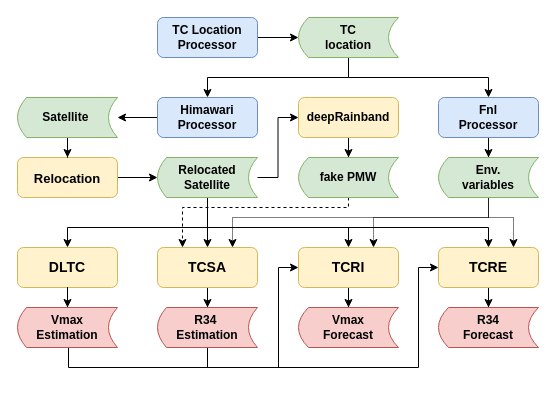
Above: dltc.drawio in yuyangk/FlowChart (draw.io), before the change. Source tidied: cells renumbered, new cells numbered last; positions are measured from the earlier drawing's top-left corner, leaving out a move shared by most shapes. Both pictures are drawn from the tidied source at 100%, with x=0, y=0 at pixel (17, 17).
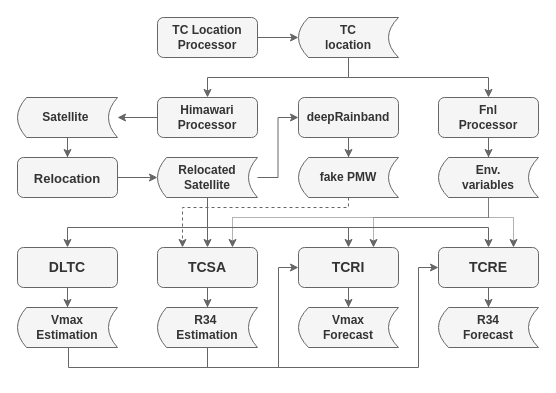
The same diagram, later.

Commit message:
final version with grey color

What changed in the source:
```diff
@@
-    <mxCell id="2" style="edgeStyle=orthogonalEdgeStyle;rounded=0;jettySize=auto;html=1;entryX=0;entryY=0.5;entryDx=0;entryDy=0;" parent="1" edge="1" source="3" target="42">
+    <mxCell id="2" style="edgeStyle=orthogonalEdgeStyle;rounded=0;jettySize=auto;html=1;entryX=0;entryY=0.5;entryDx=0;entryDy=0;fillColor=#f5f5f5;strokeColor=#666666;" parent="1" edge="1" source="3" target="42">
       <mxGeometry relative="1" as="geometry" />
     </mxCell>
-    <mxCell id="3" value="&lt;font style=&quot;font-size: 12px;&quot;&gt;TC Location &lt;br style=&quot;&quot;&gt;Processor&lt;/font&gt;" style="rounded=1;whiteSpace=wrap;html=1;shadow=0;labelBackgroundColor=none;strokeWidth=1;fontFamily=Helvetica;fontSize=11;align=center;strokeColor=#6c8ebf;fillColor=#dae8fc;fontStyle=1;" parent="1" vertex="1">
+    <mxCell id="3" value="&lt;font style=&quot;font-size: 12px;&quot;&gt;TC Location &lt;br style=&quot;&quot;&gt;Processor&lt;/font&gt;" style="rounded=1;whiteSpace=wrap;html=1;shadow=0;labelBackgroundColor=none;strokeWidth=1;fontFamily=Helvetica;fontSize=11;align=center;fontStyle=1;fillColor=#f5f5f5;strokeColor=#666666;fontColor=#333333;" parent="1" vertex="1">
       <mxGeometry x="140" width="100" height="40" as="geometry" />
     </mxCell>
-    <mxCell id="4" style="edgeStyle=orthogonalEdgeStyle;rounded=0;jettySize=auto;html=1;exitX=0;exitY=0.5;exitDx=0;exitDy=0;entryX=1;entryY=0.5;entryDx=0;entryDy=0;fontFamily=Helvetica;fontStyle=1;" parent="1" edge="1" source="5" target="25">
+    <mxCell id="4" style="edgeStyle=orthogonalEdgeStyle;rounded=0;jettySize=auto;html=1;exitX=0;exitY=0.5;exitDx=0;exitDy=0;entryX=1;entryY=0.5;entryDx=0;entryDy=0;fontFamily=Helvetica;fontStyle=1;fillColor=#f5f5f5;strokeColor=#666666;" parent="1" edge="1" source="5" target="25">
       <mxGeometry relative="1" as="geometry" />
     </mxCell>
-    <mxCell id="5" value="&lt;font style=&quot;font-size: 12px;&quot;&gt;Himawari &lt;br style=&quot;&quot;&gt;Processor&lt;/font&gt;" style="rounded=1;whiteSpace=wrap;html=1;shadow=0;labelBackgroundColor=none;strokeWidth=1;fontFamily=Helvetica;fontSize=11;align=center;strokeColor=#6c8ebf;fillColor=#dae8fc;fontStyle=1;" parent="1" vertex="1">
+    <mxCell id="5" value="&lt;font style=&quot;font-size: 12px;&quot;&gt;Himawari &lt;br style=&quot;&quot;&gt;Processor&lt;/font&gt;" style="rounded=1;whiteSpace=wrap;html=1;shadow=0;labelBackgroundColor=none;strokeWidth=1;fontFamily=Helvetica;fontSize=11;align=center;fontStyle=1;fillColor=#f5f5f5;strokeColor=#666666;fontColor=#333333;" parent="1" vertex="1">
       <mxGeometry x="140" y="80" width="100" height="40" as="geometry" />
     </mxCell>
-    <mxCell id="6" style="edgeStyle=orthogonalEdgeStyle;rounded=0;jettySize=auto;html=1;entryX=0.5;entryY=0;entryDx=0;entryDy=0;fontFamily=Helvetica;fontStyle=1;" parent="1" edge="1" source="7" target="29">
+    <mxCell id="6" style="edgeStyle=orthogonalEdgeStyle;rounded=0;jettySize=auto;html=1;entryX=0.5;entryY=0;entryDx=0;entryDy=0;fontFamily=Helvetica;fontStyle=1;fillColor=#f5f5f5;strokeColor=#666666;" parent="1" edge="1" source="7" target="29">
       <mxGeometry relative="1" as="geometry" />
     </mxCell>
-    <mxCell id="7" value="&lt;font style=&quot;font-size: 12px;&quot;&gt;Fnl &lt;br style=&quot;&quot;&gt;Processor&lt;/font&gt;" style="rounded=1;whiteSpace=wrap;html=1;shadow=0;labelBackgroundColor=none;strokeWidth=1;fontFamily=Helvetica;fontSize=11;align=center;strokeColor=#6c8ebf;fillColor=#dae8fc;fontStyle=1;" parent="1" vertex="1">
+    <mxCell id="7" value="&lt;font style=&quot;font-size: 12px;&quot;&gt;Fnl &lt;br style=&quot;&quot;&gt;Processor&lt;/font&gt;" style="rounded=1;whiteSpace=wrap;html=1;shadow=0;labelBackgroundColor=none;strokeWidth=1;fontFamily=Helvetica;fontSize=11;align=center;fontStyle=1;fillColor=#f5f5f5;strokeColor=#666666;fontColor=#333333;" parent="1" vertex="1">
       <mxGeometry x="421" y="80" width="100" height="40" as="geometry" />
     </mxCell>
-    <mxCell id="8" value="&lt;font style=&quot;font-size: 14px;&quot;&gt;DLTC&lt;/font&gt;" style="rounded=1;whiteSpace=wrap;html=1;shadow=0;labelBackgroundColor=none;strokeWidth=1;fontFamily=Helvetica;fontSize=14;align=center;strokeColor=#d6b656;fillColor=#fff2cc;fontStyle=1;" parent="1" vertex="1">
+    <mxCell id="8" value="&lt;font style=&quot;font-size: 14px;&quot;&gt;DLTC&lt;/font&gt;" style="rounded=1;whiteSpace=wrap;html=1;shadow=0;labelBackgroundColor=none;strokeWidth=1;fontFamily=Helvetica;fontSize=14;align=center;fontStyle=1;fillColor=#f5f5f5;strokeColor=#666666;fontColor=#333333;" parent="1" vertex="1">
       <mxGeometry y="230" width="100" height="40" as="geometry" />
     </mxCell>
-    <mxCell id="9" style="edgeStyle=orthogonalEdgeStyle;rounded=0;jettySize=auto;html=1;entryX=0.5;entryY=0;entryDx=0;entryDy=0;fontFamily=Helvetica;fontStyle=1;" parent="1" edge="1" source="10" target="35">
+    <mxCell id="9" style="edgeStyle=orthogonalEdgeStyle;rounded=0;jettySize=auto;html=1;entryX=0.5;entryY=0;entryDx=0;entryDy=0;fontFamily=Helvetica;fontStyle=1;fillColor=#f5f5f5;strokeColor=#666666;" parent="1" edge="1" source="10" target="35">
       <mxGeometry relative="1" as="geometry" />
     </mxCell>
-    <mxCell id="10" value="&lt;font style=&quot;font-size: 14px;&quot;&gt;TCSA&lt;/font&gt;" style="rounded=1;whiteSpace=wrap;html=1;shadow=0;labelBackgroundColor=none;strokeWidth=1;fontFamily=Helvetica;fontSize=14;align=center;strokeColor=#d6b656;fillColor=#fff2cc;fontStyle=1;" parent="1" vertex="1">
+    <mxCell id="10" value="&lt;font style=&quot;font-size: 14px;&quot;&gt;TCSA&lt;/font&gt;" style="rounded=1;whiteSpace=wrap;html=1;shadow=0;labelBackgroundColor=none;strokeWidth=1;fontFamily=Helvetica;fontSize=14;align=center;fontStyle=1;fillColor=#f5f5f5;strokeColor=#666666;fontColor=#333333;" parent="1" vertex="1">
       <mxGeometry x="140" y="230" width="100" height="40" as="geometry" />
     </mxCell>
-    <mxCell id="11" style="edgeStyle=orthogonalEdgeStyle;rounded=0;jettySize=auto;html=1;entryX=0.5;entryY=0;entryDx=0;entryDy=0;fontFamily=Helvetica;fontStyle=1;" parent="1" edge="1" source="12" target="39">
+    <mxCell id="11" style="edgeStyle=orthogonalEdgeStyle;rounded=0;jettySize=auto;html=1;entryX=0.5;entryY=0;entryDx=0;entryDy=0;fontFamily=Helvetica;fontStyle=1;fillColor=#f5f5f5;strokeColor=#666666;" parent="1" edge="1" source="12" target="39">
       <mxGeometry relative="1" as="geometry" />
     </mxCell>
-    <mxCell id="12" value="&lt;font style=&quot;font-size: 14px;&quot;&gt;TCRE&lt;/font&gt;" style="rounded=1;whiteSpace=wrap;html=1;shadow=0;labelBackgroundColor=none;strokeWidth=1;fontFamily=Helvetica;fontSize=14;align=center;strokeColor=#d6b656;fillColor=#fff2cc;fontStyle=1;" parent="1" vertex="1">
+    <mxCell id="12" value="&lt;font style=&quot;font-size: 14px;&quot;&gt;TCRE&lt;/font&gt;" style="rounded=1;whiteSpace=wrap;html=1;shadow=0;labelBackgroundColor=none;strokeWidth=1;fontFamily=Helvetica;fontSize=14;align=center;fontStyle=1;fillColor=#f5f5f5;strokeColor=#666666;fontColor=#333333;" parent="1" vertex="1">
       <mxGeometry x="421" y="230" width="100" height="40" as="geometry" />
     </mxCell>
-    <mxCell id="13" style="edgeStyle=orthogonalEdgeStyle;rounded=0;jettySize=auto;html=1;entryX=0.5;entryY=0;entryDx=0;entryDy=0;fontFamily=Helvetica;fontStyle=1;" parent="1" edge="1" source="14" target="38">
+    <mxCell id="13" style="edgeStyle=orthogonalEdgeStyle;rounded=0;jettySize=auto;html=1;entryX=0.5;entryY=0;entryDx=0;entryDy=0;fontFamily=Helvetica;fontStyle=1;fillColor=#f5f5f5;strokeColor=#666666;" parent="1" edge="1" source="14" target="38">
       <mxGeometry relative="1" as="geometry" />
     </mxCell>
-    <mxCell id="14" value="&lt;font style=&quot;font-size: 14px;&quot;&gt;TCRI&lt;/font&gt;" style="rounded=1;whiteSpace=wrap;html=1;shadow=0;labelBackgroundColor=none;strokeWidth=1;fontFamily=Helvetica;fontSize=14;align=center;strokeColor=#d6b656;fillColor=#fff2cc;fontStyle=1;" parent="1" vertex="1">
+    <mxCell id="14" value="&lt;font style=&quot;font-size: 14px;&quot;&gt;TCRI&lt;/font&gt;" style="rounded=1;whiteSpace=wrap;html=1;shadow=0;labelBackgroundColor=none;strokeWidth=1;fontFamily=Helvetica;fontSize=14;align=center;fontStyle=1;fillColor=#f5f5f5;strokeColor=#666666;fontColor=#333333;" parent="1" vertex="1">
       <mxGeometry x="281" y="230" width="100" height="40" as="geometry" />
     </mxCell>
-    <mxCell id="15" style="edgeStyle=orthogonalEdgeStyle;rounded=0;jettySize=auto;html=1;entryX=0.5;entryY=0;entryDx=0;entryDy=0;strokeColor=default;fontFamily=Helvetica;fontStyle=1;" parent="1" edge="1" source="8" target="37">
+    <mxCell id="15" style="edgeStyle=orthogonalEdgeStyle;rounded=0;jettySize=auto;html=1;entryX=0.5;entryY=0;entryDx=0;entryDy=0;fontFamily=Helvetica;fontStyle=1;fillColor=#f5f5f5;strokeColor=#666666;" parent="1" edge="1" source="8" target="37">
       <mxGeometry relative="1" as="geometry" />
     </mxCell>
-    <mxCell id="16" style="edgeStyle=orthogonalEdgeStyle;rounded=0;jettySize=auto;html=1;entryX=0;entryY=0.5;entryDx=0;entryDy=0;fontFamily=Helvetica;fontStyle=1;" parent="1" edge="1" source="17" target="23">
+    <mxCell id="16" style="edgeStyle=orthogonalEdgeStyle;rounded=0;jettySize=auto;html=1;entryX=0;entryY=0.5;entryDx=0;entryDy=0;fontFamily=Helvetica;fontStyle=1;fillColor=#f5f5f5;strokeColor=#666666;" parent="1" edge="1" source="17" target="23">
       <mxGeometry relative="1" as="geometry" />
     </mxCell>
-    <mxCell id="17" value="&lt;font style=&quot;font-size: 13px;&quot;&gt;Relocation&lt;/font&gt;" style="rounded=1;whiteSpace=wrap;html=1;shadow=0;labelBackgroundColor=none;strokeWidth=1;fontFamily=Helvetica;fontSize=16;align=center;strokeColor=#d6b656;fillColor=#fff2cc;fontStyle=1;" parent="1" vertex="1">
+    <mxCell id="17" value="&lt;font style=&quot;font-size: 13px;&quot;&gt;Relocation&lt;/font&gt;" style="rounded=1;whiteSpace=wrap;html=1;shadow=0;labelBackgroundColor=none;strokeWidth=1;fontFamily=Helvetica;fontSize=16;align=center;fontStyle=1;fillColor=#f5f5f5;strokeColor=#666666;fontColor=#333333;" parent="1" vertex="1">
       <mxGeometry y="140" width="100" height="40" as="geometry" />
     </mxCell>
-    <mxCell id="18" style="edgeStyle=orthogonalEdgeStyle;rounded=0;jettySize=auto;html=1;entryX=0.5;entryY=0;entryDx=0;entryDy=0;" parent="1" edge="1" source="23" target="8">
+    <mxCell id="18" style="edgeStyle=orthogonalEdgeStyle;rounded=0;jettySize=auto;html=1;entryX=0.5;entryY=0;entryDx=0;entryDy=0;fillColor=#f5f5f5;strokeColor=#666666;" parent="1" edge="1" source="23" target="8">
       <mxGeometry relative="1" as="geometry">
         <Array as="points">
           <mxPoint x="190" y="210" />
           <mxPoint x="50" y="210" />
         </Array>
       </mxGeometry>
     </mxCell>
-    <mxCell id="19" style="edgeStyle=orthogonalEdgeStyle;rounded=0;jettySize=auto;html=1;entryX=0.5;entryY=0;entryDx=0;entryDy=0;" parent="1" edge="1" source="23" target="10">
+    <mxCell id="19" style="edgeStyle=orthogonalEdgeStyle;rounded=0;jettySize=auto;html=1;entryX=0.5;entryY=0;entryDx=0;entryDy=0;fillColor=#f5f5f5;strokeColor=#666666;" parent="1" edge="1" source="23" target="10">
       <mxGeometry relative="1" as="geometry" />
     </mxCell>
-    <mxCell id="20" style="edgeStyle=orthogonalEdgeStyle;rounded=0;jettySize=auto;html=1;entryX=0.5;entryY=0;entryDx=0;entryDy=0;" parent="1" edge="1" source="23" target="14">
+    <mxCell id="20" style="edgeStyle=orthogonalEdgeStyle;rounded=0;jettySize=auto;html=1;entryX=0.5;entryY=0;entryDx=0;entryDy=0;fillColor=#f5f5f5;strokeColor=#666666;" parent="1" edge="1" source="23" target="14">
       <mxGeometry relative="1" as="geometry">
         <Array as="points">
           <mxPoint x="190" y="210" />
           <mxPoint x="331" y="210" />
         </Array>
       </mxGeometry>
     </mxCell>
-    <mxCell id="21" style="edgeStyle=orthogonalEdgeStyle;rounded=0;jettySize=auto;html=1;entryX=0.5;entryY=0;entryDx=0;entryDy=0;" parent="1" edge="1" source="23" target="12">
+    <mxCell id="21" style="edgeStyle=orthogonalEdgeStyle;rounded=0;jettySize=auto;html=1;entryX=0.5;entryY=0;entryDx=0;entryDy=0;fillColor=#f5f5f5;strokeColor=#666666;" parent="1" edge="1" source="23" target="12">
       <mxGeometry relative="1" as="geometry">
         <Array as="points">
           <mxPoint x="190" y="210" />
           <mxPoint x="471" y="210" />
         </Array>
       </mxGeometry>
     </mxCell>
-    <mxCell id="22" style="edgeStyle=orthogonalEdgeStyle;rounded=0;jettySize=auto;html=1;entryX=0;entryY=0.5;entryDx=0;entryDy=0;" parent="1" edge="1" source="23" target="31">
+    <mxCell id="22" style="edgeStyle=orthogonalEdgeStyle;rounded=0;jettySize=auto;html=1;entryX=0;entryY=0.5;entryDx=0;entryDy=0;fillColor=#f5f5f5;strokeColor=#666666;" parent="1" edge="1" source="23" target="31">
       <mxGeometry relative="1" as="geometry" />
     </mxCell>
-    <mxCell id="23" value="&lt;span&gt;Relocated &lt;br&gt;Satellite&lt;/span&gt;" style="shape=dataStorage;whiteSpace=wrap;html=1;fixedSize=1;fillColor=#d5e8d4;strokeColor=#82b366;fontFamily=Helvetica;fontStyle=1;size=9;" parent="1" vertex="1">
+    <mxCell id="23" value="&lt;span&gt;Relocated &lt;br&gt;Satellite&lt;/span&gt;" style="shape=dataStorage;whiteSpace=wrap;html=1;fixedSize=1;fontFamily=Helvetica;fontStyle=1;size=9;fillColor=#f5f5f5;strokeColor=#666666;fontColor=#333333;" parent="1" vertex="1">
       <mxGeometry x="140" y="140" width="100" height="40" as="geometry" />
     </mxCell>
-    <mxCell id="24" style="edgeStyle=orthogonalEdgeStyle;rounded=0;jettySize=auto;html=1;entryX=0.5;entryY=0;entryDx=0;entryDy=0;fontFamily=Helvetica;fontStyle=1;" parent="1" edge="1" source="25" target="17">
+    <mxCell id="24" style="edgeStyle=orthogonalEdgeStyle;rounded=0;jettySize=auto;html=1;entryX=0.5;entryY=0;entryDx=0;entryDy=0;fontFamily=Helvetica;fontStyle=1;fillColor=#f5f5f5;strokeColor=#666666;" parent="1" edge="1" source="25" target="17">
       <mxGeometry relative="1" as="geometry" />
     </mxCell>
-    <mxCell id="25" value="&lt;span&gt;Satellite&amp;nbsp;&lt;/span&gt;" style="shape=dataStorage;whiteSpace=wrap;html=1;fixedSize=1;fillColor=#d5e8d4;strokeColor=#82b366;fontFamily=Helvetica;fontStyle=1;size=9;" parent="1" vertex="1">
+    <mxCell id="25" value="&lt;span&gt;Satellite&amp;nbsp;&lt;/span&gt;" style="shape=dataStorage;whiteSpace=wrap;html=1;fixedSize=1;fontFamily=Helvetica;fontStyle=1;size=9;fillColor=#f5f5f5;strokeColor=#666666;fontColor=#333333;" parent="1" vertex="1">
       <mxGeometry y="80" width="100" height="40" as="geometry" />
     </mxCell>
-    <mxCell id="26" style="edgeStyle=orthogonalEdgeStyle;rounded=0;jettySize=auto;html=1;entryX=0.75;entryY=0;entryDx=0;entryDy=0;dashed=1;dashPattern=1 1;" parent="1" edge="1" source="29" target="10">
+    <mxCell id="26" style="edgeStyle=orthogonalEdgeStyle;rounded=0;jettySize=auto;html=1;entryX=0.75;entryY=0;entryDx=0;entryDy=0;dashed=1;dashPattern=1 1;fillColor=#f5f5f5;strokeColor=#666666;" parent="1" edge="1" source="29" target="10">
       <mxGeometry relative="1" as="geometry">
         <Array as="points">
           <mxPoint x="471" y="200" />
           <mxPoint x="215" y="200" />
         </Array>
       </mxGeometry>
     </mxCell>
-    <mxCell id="27" style="edgeStyle=orthogonalEdgeStyle;rounded=0;jettySize=auto;html=1;entryX=0.75;entryY=0;entryDx=0;entryDy=0;dashed=1;dashPattern=1 1;" parent="1" edge="1" source="29" target="14">
+    <mxCell id="27" style="edgeStyle=orthogonalEdgeStyle;rounded=0;jettySize=auto;html=1;entryX=0.75;entryY=0;entryDx=0;entryDy=0;dashed=1;dashPattern=1 1;fillColor=#f5f5f5;strokeColor=#666666;" parent="1" edge="1" source="29" target="14">
       <mxGeometry relative="1" as="geometry">
         <Array as="points">
           <mxPoint x="471" y="200" />
           <mxPoint x="356" y="200" />
         </Array>
       </mxGeometry>
     </mxCell>
-    <mxCell id="28" style="edgeStyle=orthogonalEdgeStyle;rounded=0;jettySize=auto;html=1;entryX=0.75;entryY=0;entryDx=0;entryDy=0;dashed=1;dashPattern=1 1;" parent="1" edge="1" source="29" target="12">
+    <mxCell id="28" style="edgeStyle=orthogonalEdgeStyle;rounded=0;jettySize=auto;html=1;entryX=0.75;entryY=0;entryDx=0;entryDy=0;dashed=1;dashPattern=1 1;fillColor=#f5f5f5;strokeColor=#666666;" parent="1" edge="1" source="29" target="12">
       <mxGeometry relative="1" as="geometry">
         <Array as="points">
           <mxPoint x="471" y="200" />
           <mxPoint x="496" y="200" />
         </Array>
       </mxGeometry>
     </mxCell>
-    <mxCell id="29" value="&lt;span&gt;Env.&lt;br&gt;variables&lt;br&gt;&lt;/span&gt;" style="shape=dataStorage;whiteSpace=wrap;html=1;fixedSize=1;fillColor=#d5e8d4;strokeColor=#82b366;fontFamily=Helvetica;fontStyle=1;size=10;" parent="1" vertex="1">
+    <mxCell id="29" value="&lt;span&gt;Env.&lt;br&gt;variables&lt;br&gt;&lt;/span&gt;" style="shape=dataStorage;whiteSpace=wrap;html=1;fixedSize=1;fontFamily=Helvetica;fontStyle=1;size=10;fillColor=#f5f5f5;strokeColor=#666666;fontColor=#333333;" parent="1" vertex="1">
       <mxGeometry x="421" y="140" width="100" height="40" as="geometry" />
     </mxCell>
-    <mxCell id="30" style="edgeStyle=orthogonalEdgeStyle;rounded=0;jettySize=auto;html=1;entryX=0.5;entryY=0;entryDx=0;entryDy=0;fontFamily=Helvetica;fontStyle=1;" parent="1" edge="1" source="31" target="33">
+    <mxCell id="30" style="edgeStyle=orthogonalEdgeStyle;rounded=0;jettySize=auto;html=1;entryX=0.5;entryY=0;entryDx=0;entryDy=0;fontFamily=Helvetica;fontStyle=1;fillColor=#f5f5f5;strokeColor=#666666;" parent="1" edge="1" source="31" target="33">
       <mxGeometry relative="1" as="geometry" />
     </mxCell>
-    <mxCell id="31" value="deepRainband" style="rounded=1;whiteSpace=wrap;html=1;shadow=0;labelBackgroundColor=none;strokeWidth=1;fontFamily=Helvetica;fontSize=12;align=center;strokeColor=#d6b656;fillColor=#fff2cc;fontStyle=1;" parent="1" vertex="1">
+    <mxCell id="31" value="deepRainband" style="rounded=1;whiteSpace=wrap;html=1;shadow=0;labelBackgroundColor=none;strokeWidth=1;fontFamily=Helvetica;fontSize=12;align=center;fontStyle=1;fillColor=#f5f5f5;strokeColor=#666666;fontColor=#333333;" parent="1" vertex="1">
       <mxGeometry x="281" y="80" width="100" height="40" as="geometry" />
     </mxCell>
-    <mxCell id="32" style="edgeStyle=orthogonalEdgeStyle;rounded=0;jettySize=auto;html=1;entryX=0.25;entryY=0;entryDx=0;entryDy=0;dashed=1;" parent="1" edge="1" source="33" target="10">
+    <mxCell id="32" style="edgeStyle=orthogonalEdgeStyle;rounded=0;jettySize=auto;html=1;entryX=0.25;entryY=0;entryDx=0;entryDy=0;dashed=1;fillColor=#f5f5f5;strokeColor=#666666;" parent="1" edge="1" source="33" target="10">
       <mxGeometry relative="1" as="geometry">
         <Array as="points">
           <mxPoint x="331" y="190" />
           <mxPoint x="165" y="190" />
         </Array>
       </mxGeometry>
     </mxCell>
-    <mxCell id="33" value="fake PMW" style="shape=dataStorage;whiteSpace=wrap;html=1;fixedSize=1;fillColor=#d5e8d4;strokeColor=#82b366;fontFamily=Helvetica;fontStyle=1;size=10;" parent="1" vertex="1">
+    <mxCell id="33" value="fake PMW" style="shape=dataStorage;whiteSpace=wrap;html=1;fixedSize=1;fontFamily=Helvetica;fontStyle=1;size=10;fillColor=#f5f5f5;strokeColor=#666666;fontColor=#333333;" parent="1" vertex="1">
       <mxGeometry x="281" y="140" width="100" height="40" as="geometry" />
     </mxCell>
-    <mxCell id="34" style="edgeStyle=orthogonalEdgeStyle;rounded=0;jettySize=auto;html=1;entryX=0;entryY=0.5;entryDx=0;entryDy=0;" parent="1" edge="1" source="35" target="12">
+    <mxCell id="34" style="edgeStyle=orthogonalEdgeStyle;rounded=0;jettySize=auto;html=1;entryX=0;entryY=0.5;entryDx=0;entryDy=0;fillColor=#f5f5f5;strokeColor=#666666;" parent="1" edge="1" source="35" target="12">
       <mxGeometry relative="1" as="geometry">
         <Array as="points">
           <mxPoint x="190" y="350" />
           <mxPoint x="401" y="350" />
           <mxPoint x="401" y="250" />
         </Array>
       </mxGeometry>
     </mxCell>
-    <mxCell id="35" value="R34&amp;nbsp;&lt;br&gt;Estimation" style="shape=dataStorage;whiteSpace=wrap;html=1;fixedSize=1;fillColor=#f8cecc;strokeColor=#b85450;fontFamily=Helvetica;fontStyle=1;size=9;" parent="1" vertex="1">
+    <mxCell id="35" value="R34&amp;nbsp;&lt;br&gt;Estimation" style="shape=dataStorage;whiteSpace=wrap;html=1;fixedSize=1;fontFamily=Helvetica;fontStyle=1;size=9;fillColor=#f5f5f5;strokeColor=#666666;fontColor=#333333;" parent="1" vertex="1">
       <mxGeometry x="140" y="290" width="100" height="40" as="geometry" />
     </mxCell>
-    <mxCell id="36" style="edgeStyle=orthogonalEdgeStyle;rounded=0;jettySize=auto;html=1;entryX=0;entryY=0.5;entryDx=0;entryDy=0;" parent="1" edge="1" source="37" target="14">
+    <mxCell id="36" style="edgeStyle=orthogonalEdgeStyle;rounded=0;jettySize=auto;html=1;entryX=0;entryY=0.5;entryDx=0;entryDy=0;fillColor=#f5f5f5;strokeColor=#666666;" parent="1" edge="1" source="37" target="14">
       <mxGeometry relative="1" as="geometry">
         <Array as="points">
           <mxPoint x="51" y="350" />
           <mxPoint x="261" y="350" />
           <mxPoint x="261" y="250" />
         </Array>
       </mxGeometry>
     </mxCell>
-    <mxCell id="37" value="Vmax &lt;br&gt;Estimation" style="shape=dataStorage;whiteSpace=wrap;html=1;fixedSize=1;fillColor=#f8cecc;strokeColor=#b85450;fontFamily=Helvetica;fontStyle=1;size=9;" parent="1" vertex="1">
+    <mxCell id="37" value="Vmax &lt;br&gt;Estimation" style="shape=dataStorage;whiteSpace=wrap;html=1;fixedSize=1;fontFamily=Helvetica;fontStyle=1;size=9;fillColor=#f5f5f5;strokeColor=#666666;fontColor=#333333;" parent="1" vertex="1">
       <mxGeometry y="290" width="100" height="40" as="geometry" />
     </mxCell>
-    <mxCell id="38" value="Vmax &lt;br&gt;Forecast" style="shape=dataStorage;whiteSpace=wrap;html=1;fixedSize=1;fillColor=#f8cecc;strokeColor=#b85450;fontFamily=Helvetica;fontStyle=1;size=10;" parent="1" vertex="1">
+    <mxCell id="38" value="Vmax &lt;br&gt;Forecast" style="shape=dataStorage;whiteSpace=wrap;html=1;fixedSize=1;fontFamily=Helvetica;fontStyle=1;size=10;fillColor=#f5f5f5;strokeColor=#666666;fontColor=#333333;" parent="1" vertex="1">
       <mxGeometry x="281" y="290" width="100" height="40" as="geometry" />
     </mxCell>
-    <mxCell id="39" value="R34&lt;br&gt;Forecast" style="shape=dataStorage;whiteSpace=wrap;html=1;fixedSize=1;fillColor=#f8cecc;strokeColor=#b85450;fontFamily=Helvetica;fontStyle=1;size=10;" parent="1" vertex="1">
+    <mxCell id="39" value="R34&lt;br&gt;Forecast" style="shape=dataStorage;whiteSpace=wrap;html=1;fixedSize=1;fontFamily=Helvetica;fontStyle=1;size=10;fillColor=#f5f5f5;strokeColor=#666666;fontColor=#333333;" parent="1" vertex="1">
       <mxGeometry x="421" y="290" width="100" height="40" as="geometry" />
     </mxCell>
-    <mxCell id="40" style="edgeStyle=orthogonalEdgeStyle;rounded=0;jettySize=auto;html=1;entryX=0.5;entryY=0;entryDx=0;entryDy=0;" parent="1" edge="1" source="42" target="5">
+    <mxCell id="40" style="edgeStyle=orthogonalEdgeStyle;rounded=0;jettySize=auto;html=1;entryX=0.5;entryY=0;entryDx=0;entryDy=0;fillColor=#f5f5f5;strokeColor=#666666;" parent="1" edge="1" source="42" target="5">
       <mxGeometry relative="1" as="geometry">
         <Array as="points">
           <mxPoint x="331" y="60" />
           <mxPoint x="190" y="60" />
         </Array>
       </mxGeometry>
     </mxCell>
-    <mxCell id="41" style="edgeStyle=orthogonalEdgeStyle;rounded=0;jettySize=auto;html=1;entryX=0.5;entryY=0;entryDx=0;entryDy=0;" parent="1" edge="1" source="42" target="7">
+    <mxCell id="41" style="edgeStyle=orthogonalEdgeStyle;rounded=0;jettySize=auto;html=1;entryX=0.5;entryY=0;entryDx=0;entryDy=0;fillColor=#f5f5f5;strokeColor=#666666;" parent="1" edge="1" source="42" target="7">
       <mxGeometry relative="1" as="geometry">
         <Array as="points">
           <mxPoint x="331" y="60" />
           <mxPoint x="471" y="60" />
         </Array>
       </mxGeometry>
     </mxCell>
-    <mxCell id="42" value="&lt;span&gt;TC &lt;br&gt;location&lt;/span&gt;" style="shape=dataStorage;whiteSpace=wrap;html=1;fixedSize=1;fillColor=#d5e8d4;strokeColor=#82b366;align=center;fontFamily=Helvetica;fontStyle=1;size=10;" parent="1" vertex="1">
+    <mxCell id="42" value="&lt;span&gt;TC &lt;br&gt;location&lt;/span&gt;" style="shape=dataStorage;whiteSpace=wrap;html=1;fixedSize=1;align=center;fontFamily=Helvetica;fontStyle=1;size=10;fillColor=#f5f5f5;strokeColor=#666666;fontColor=#333333;" parent="1" vertex="1">
       <mxGeometry x="281" width="100" height="40" as="geometry" />
     </mxCell>
```
